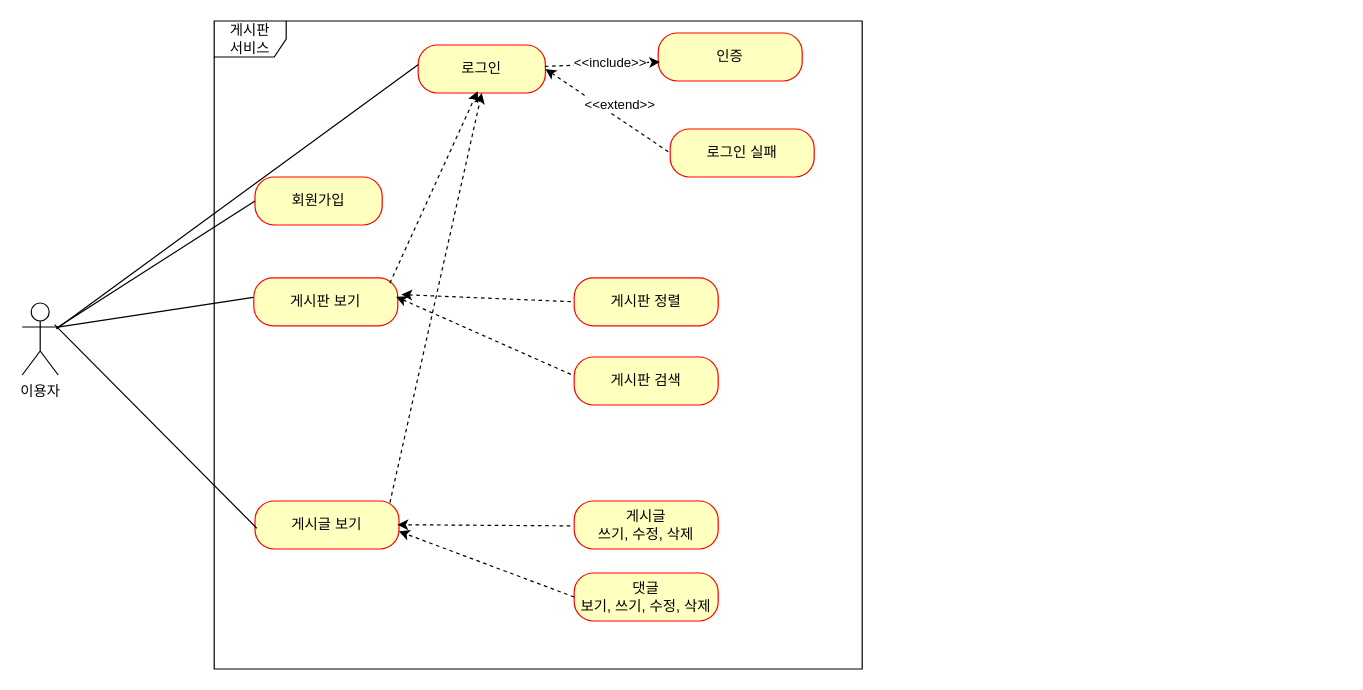
cdaosldk/fast-campus-project-board keeps this draw.io diagram as document/use-case.drawio. Above is the earlier version. Source tidied: cells renumbered, new cells numbered last; positions are measured from the earlier drawing's top-left corner, leaving out a move shared by most shapes. Both pictures are drawn from the tidied source at 120%, with x=0, y=0 at pixel (22, 20).
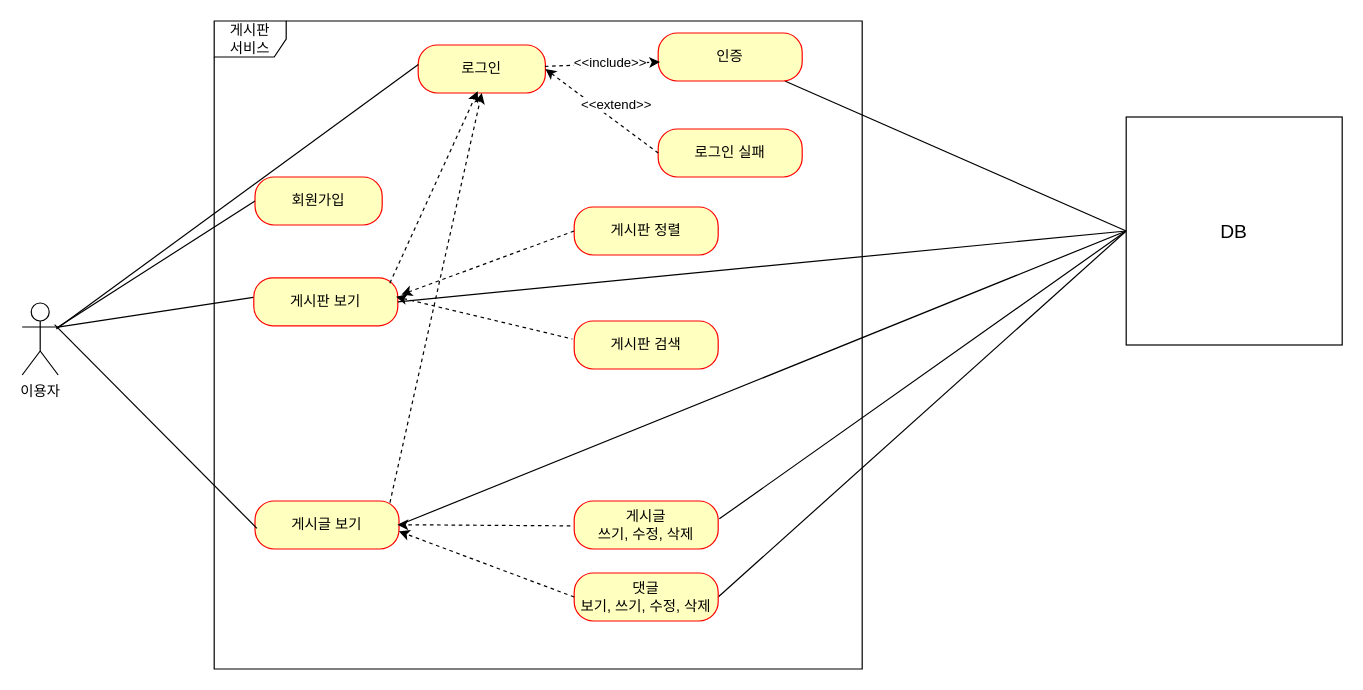
After the change.

The change refers to these unchanged cells:
```xml
<mxCell id="6" value="게시글 보기" style="rounded=1;whiteSpace=wrap;html=1;arcSize=40;fontColor=#000000;fillColor=#ffffc0;strokeColor=#ff0000;" parent="1" vertex="1">
  <mxGeometry x="194" y="400" width="120" height="40" as="geometry" />
</mxCell>
<mxCell id="8" value="인증" style="rounded=1;whiteSpace=wrap;html=1;arcSize=40;fontColor=#000000;fillColor=#ffffc0;strokeColor=#ff0000;" parent="1" vertex="1">
  <mxGeometry x="530" y="10" width="120" height="40" as="geometry" />
</mxCell>
<mxCell id="10" value="게시판 보기" style="rounded=1;whiteSpace=wrap;html=1;arcSize=40;fontColor=#000000;fillColor=#ffffc0;strokeColor=#ff0000;" parent="1" vertex="1">
  <mxGeometry x="193" y="214" width="120" height="40" as="geometry" />
</mxCell>
<mxCell id="12" value="게시글 &lt;br&gt;쓰기, 수정, 삭제" style="rounded=1;whiteSpace=wrap;html=1;arcSize=40;fontColor=#000000;fillColor=#ffffc0;strokeColor=#ff0000;" parent="1" vertex="1">
  <mxGeometry x="460" y="400" width="120" height="40" as="geometry" />
</mxCell>
```

Change to the diagram source:
```diff
@@
     <mxCell id="5" value="게시판 정렬" style="rounded=1;whiteSpace=wrap;html=1;arcSize=40;fontColor=#000000;fillColor=#ffffc0;strokeColor=#ff0000;" parent="1" vertex="1">
-      <mxGeometry x="460" y="214" width="120" height="40" as="geometry" />
+      <mxGeometry x="460" y="155" width="120" height="40" as="geometry" />
     </mxCell>
@@
+    <mxCell id="28" style="edgeStyle=none;curved=1;rounded=0;jettySize=auto;html=1;entryX=0;entryY=0.5;entryDx=0;entryDy=0;fontSize=12;startSize=8;endSize=8;endArrow=none;endFill=0;" parent="1" edge="1" source="8" target="33">
+      <mxGeometry relative="1" as="geometry" />
+    </mxCell>
@@
     <mxCell id="9" value="로그인 실패" style="rounded=1;whiteSpace=wrap;html=1;arcSize=40;fontColor=#000000;fillColor=#ffffc0;strokeColor=#ff0000;" parent="1" vertex="1">
-      <mxGeometry x="540" y="90" width="120" height="40" as="geometry" />
+      <mxGeometry x="530" y="90" width="120" height="40" as="geometry" />
     </mxCell>
@@
     <mxCell id="11" value="게시판 검색" style="rounded=1;whiteSpace=wrap;html=1;arcSize=40;fontColor=#000000;fillColor=#ffffc0;strokeColor=#ff0000;" parent="1" vertex="1">
-      <mxGeometry x="460" y="280" width="120" height="40" as="geometry" />
+      <mxGeometry x="460" y="250" width="120" height="40" as="geometry" />
     </mxCell>
+    <mxCell id="29" style="edgeStyle=none;curved=1;rounded=0;jettySize=auto;html=1;entryX=0;entryY=0.5;entryDx=0;entryDy=0;fontSize=12;startSize=8;endSize=8;endArrow=none;endFill=0;exitX=1.008;exitY=0.371;exitDx=0;exitDy=0;exitPerimeter=0;" parent="1" edge="1" source="12" target="33">
+      <mxGeometry relative="1" as="geometry" />
+    </mxCell>
@@
+    <mxCell id="30" style="edgeStyle=none;curved=1;rounded=0;jettySize=auto;html=1;fontSize=12;startSize=8;endSize=8;entryX=0;entryY=0.5;entryDx=0;entryDy=0;endArrow=none;endFill=0;" parent="1" edge="1" target="33">
+      <mxGeometry relative="1" as="geometry">
+        <mxPoint x="580" y="480" as="sourcePoint" />
+      </mxGeometry>
+    </mxCell>
@@
+    <mxCell id="31" style="edgeStyle=none;curved=1;rounded=0;jettySize=auto;html=1;entryX=1;entryY=0.5;entryDx=0;entryDy=0;fontSize=12;startSize=8;endSize=8;exitX=0;exitY=0.5;exitDx=0;exitDy=0;endArrow=none;endFill=0;" parent="1" edge="1" source="33" target="10">
+      <mxGeometry relative="1" as="geometry" />
+    </mxCell>
+    <mxCell id="32" style="edgeStyle=none;curved=1;rounded=0;jettySize=auto;html=1;entryX=1;entryY=0.5;entryDx=0;entryDy=0;fontSize=12;startSize=8;endSize=8;exitX=0;exitY=0.5;exitDx=0;exitDy=0;endArrow=none;endFill=0;" parent="1" edge="1" source="33" target="6">
+      <mxGeometry relative="1" as="geometry" />
+    </mxCell>
+    <mxCell id="33" value="DB" style="html=1;whiteSpace=wrap;fontSize=16;" parent="1" vertex="1">
+      <mxGeometry x="920" y="80" width="180" height="190" as="geometry" />
+    </mxCell>
```
